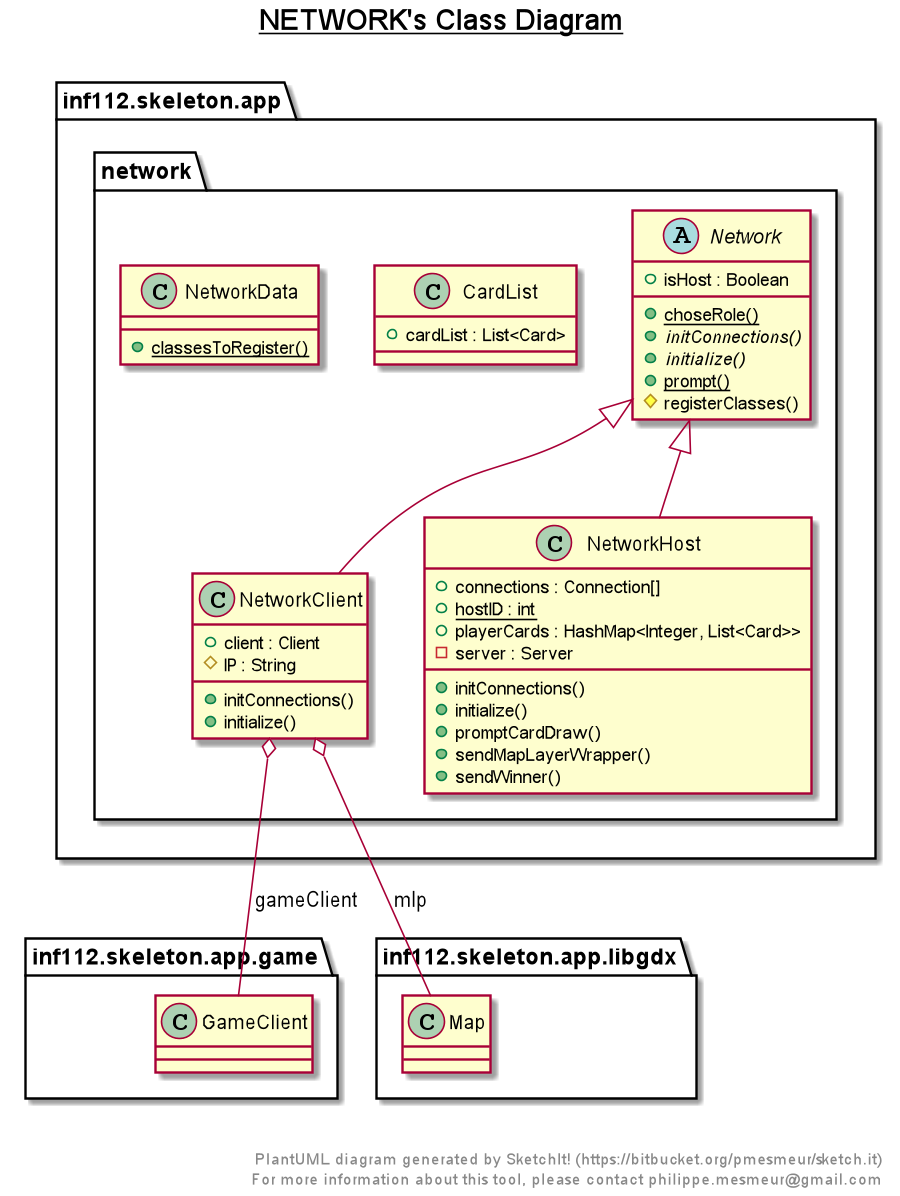
This is Structure/Class diagrams/network.png from inf112-v21/Snokarane, a PlantUML export, as it was before one commit.
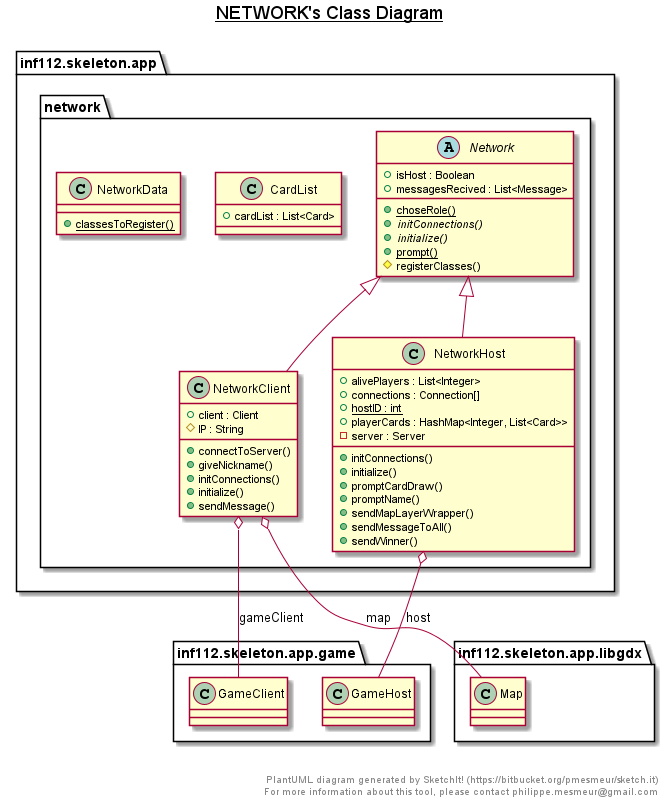
The same file after the commit.

Diff of the diagram source:
```diff
@@ -15,6 +15,7 @@
     namespace network {
       abstract class inf112.skeleton.app.network.Network {
           + isHost : Boolean
+          + messagesRecived : List<Message>
           {static} + choseRole()
           {abstract} + initConnections()
           {abstract} + initialize()
@@ -30,8 +31,11 @@
       class inf112.skeleton.app.network.NetworkClient {
           + client : Client
           # IP : String
+          + connectToServer()
+          + giveNickname()
           + initConnections()
           + initialize()
+          + sendMessage()
       }
     }
   }
@@ -49,6 +53,7 @@
   namespace inf112.skeleton.app {
     namespace network {
       class inf112.skeleton.app.network.NetworkHost {
+          + alivePlayers : List<Integer>
           + connections : Connection[]
           {static} + hostID : int
           + playerCards : HashMap<Integer, List<Card>>
@@ -56,7 +61,9 @@
           + initConnections()
           + initialize()
           + promptCardDraw()
+          + promptName()
           + sendMapLayerWrapper()
+          + sendMessageToAll()
           + sendWinner()
       }
     }
@@ -65,8 +72,9 @@
 
   inf112.skeleton.app.network.NetworkClient -up-|> inf112.skeleton.app.network.Network
   inf112.skeleton.app.network.NetworkClient o-- inf112.skeleton.app.game.GameClient : gameClient
-  inf112.skeleton.app.network.NetworkClient o-- inf112.skeleton.app.libgdx.Map : mlp
+  inf112.skeleton.app.network.NetworkClient o-- inf112.skeleton.app.libgdx.Map : map
   inf112.skeleton.app.network.NetworkHost -up-|> inf112.skeleton.app.network.Network
+  inf112.skeleton.app.network.NetworkHost o-- inf112.skeleton.app.game.GameHost : host
 
 
 right footer
```
